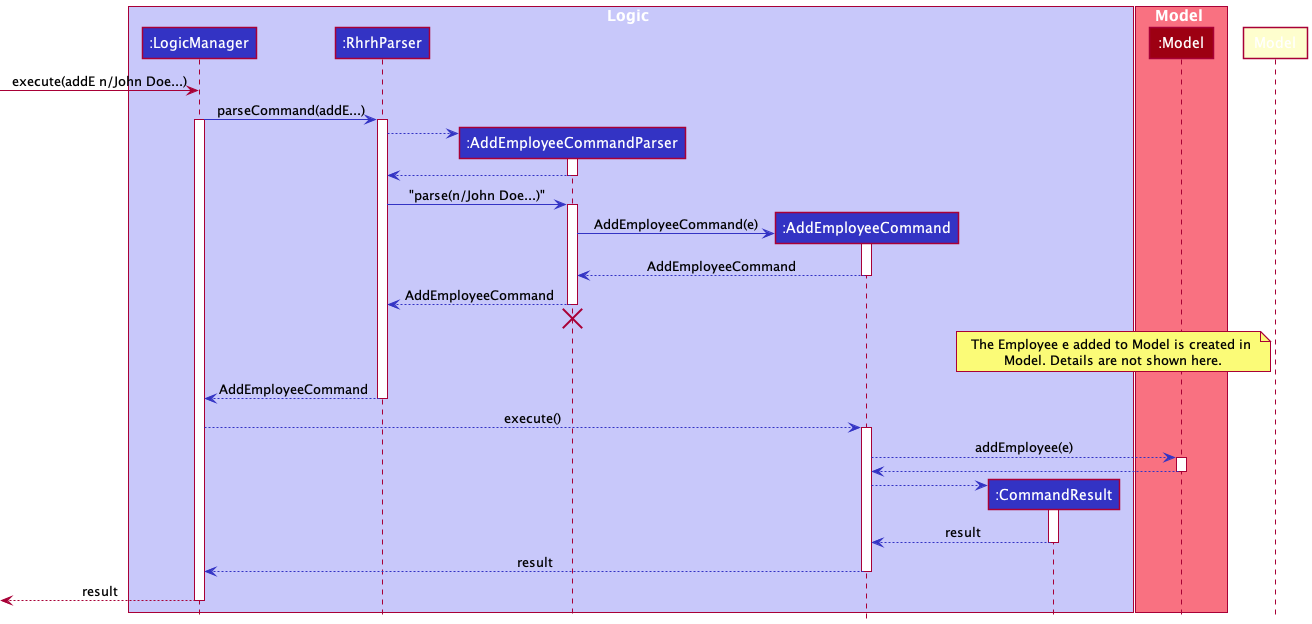
This is docs/images/AddEmployeeCommandSequenceDiagram.png from nus-cs2103-AY2122S1/tp, a PlantUML export, as it was before one commit.
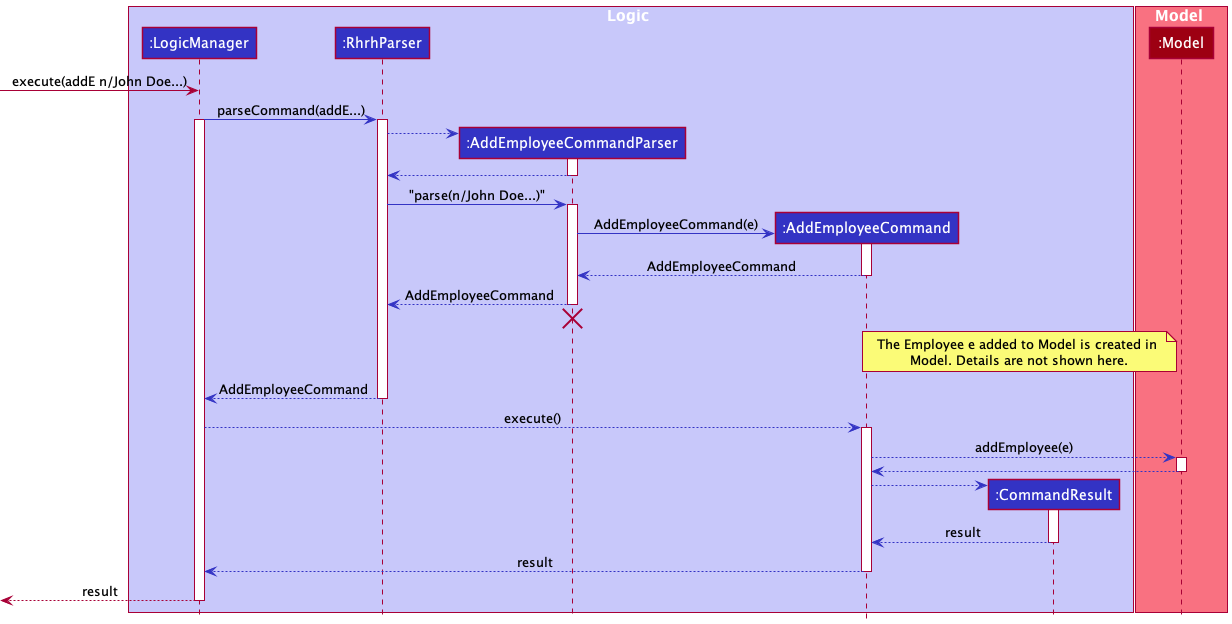
Above is the later version.

Change to the diagram source:
```diff
@@ -42,7 +42,7 @@
 addEmployeeCommandParser -[hidden]-> rhrhParser
 destroy addEmployeeCommandParser
 
-note left of Model : The Employee e added to Model is created in \nModel. Details are not shown here.
+note left of model : The Employee e added to Model is created in \nModel. Details are not shown here.
 
 rhrhParser -[LOGIC_COLOR]-> logicManager : AddEmployeeCommand
 deactivate rhrhParser
```
